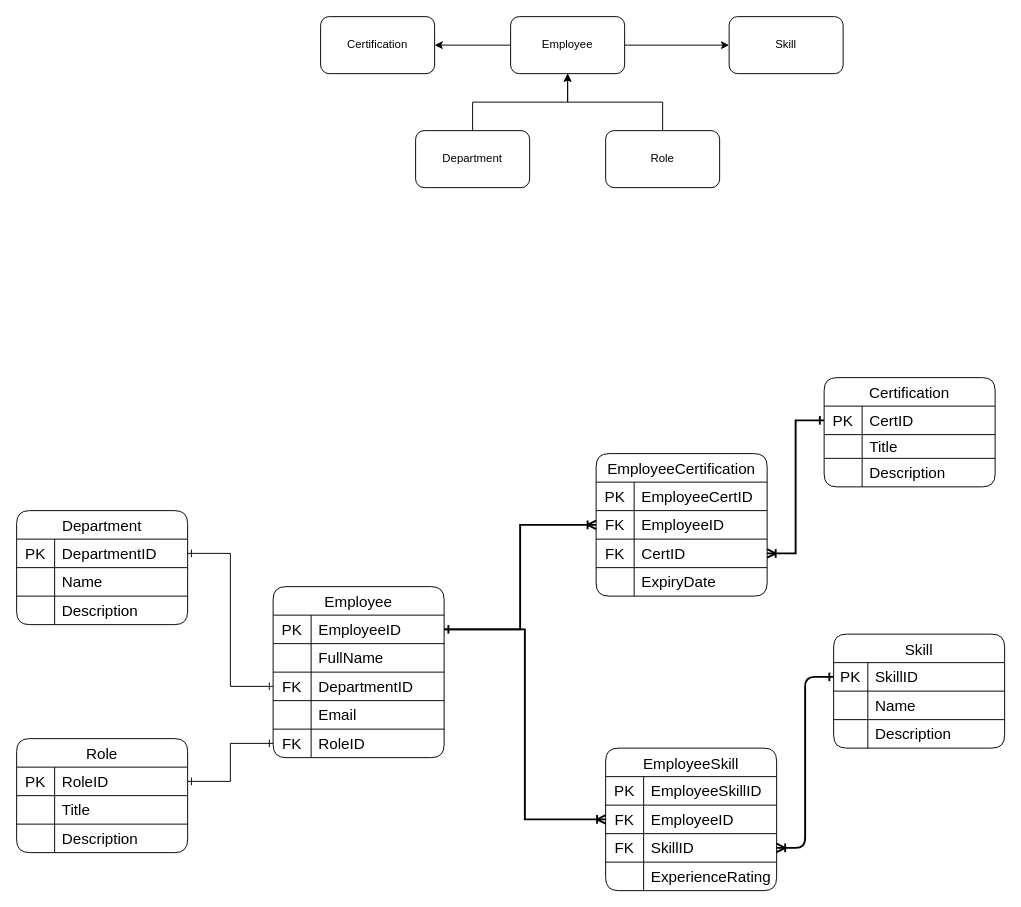
Above: Untitled Diagram.drawio in MartinGurasvili/qaa (draw.io), before the change. Source tidied: cells renumbered, new cells numbered last; positions are measured from the earlier drawing's top-left corner, leaving out a move shared by most shapes. Both pictures are drawn from the tidied source at 95%, with x=0, y=0 at pixel (16, 16).
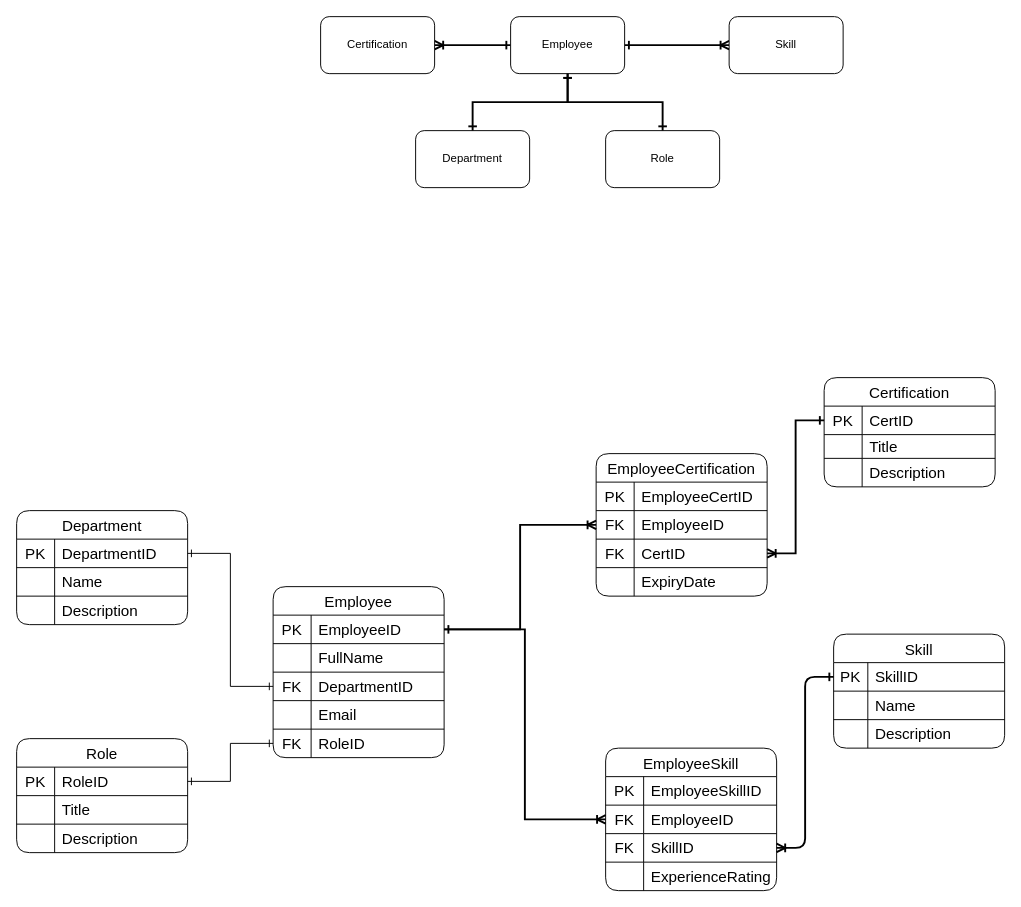
The same diagram, later.

Unchanged cells that the change refers to:
```xml
<mxCell id="70" value="Employee" style="rounded=1;whiteSpace=wrap;html=1;" parent="1" vertex="1">
  <mxGeometry x="520" width="120" height="60" as="geometry" />
</mxCell>
<mxCell id="71" value="Certification" style="rounded=1;whiteSpace=wrap;html=1;" parent="1" vertex="1">
  <mxGeometry x="320" width="120" height="60" as="geometry" />
</mxCell>
<mxCell id="72" value="Skill" style="rounded=1;whiteSpace=wrap;html=1;" parent="1" vertex="1">
  <mxGeometry x="750" width="120" height="60" as="geometry" />
</mxCell>
<mxCell id="74" value="Department" style="rounded=1;whiteSpace=wrap;html=1;" parent="1" vertex="1">
  <mxGeometry x="420" y="120" width="120" height="60" as="geometry" />
</mxCell>
<mxCell id="76" value="Role" style="rounded=1;whiteSpace=wrap;html=1;" parent="1" vertex="1">
  <mxGeometry x="620" y="120" width="120" height="60" as="geometry" />
</mxCell>
```

Change to the diagram source:
```diff
@@
-    <mxCell id="68" style="edgeStyle=orthogonalEdgeStyle;rounded=0;jettySize=auto;html=1;entryX=1;entryY=0.5;entryDx=0;entryDy=0;" parent="1" edge="1" source="70" target="71">
-      <mxGeometry relative="1" as="geometry" />
+    <mxCell id="68" style="edgeStyle=orthogonalEdgeStyle;rounded=0;jettySize=auto;html=1;entryX=1;entryY=0.5;entryDx=0;entryDy=0;jumpSize=10;strokeWidth=2;endArrow=ERoneToMany;endFill=0;startArrow=ERone;startFill=0;" parent="1" edge="1" source="70" target="71">
+      <mxGeometry relative="1" as="geometry">
+        <Array as="points">
+          <mxPoint x="480" y="30" />
+          <mxPoint x="480" y="30" />
+        </Array>
+      </mxGeometry>
     </mxCell>
-    <mxCell id="69" style="edgeStyle=orthogonalEdgeStyle;rounded=0;jettySize=auto;html=1;entryX=0;entryY=0.5;entryDx=0;entryDy=0;" parent="1" edge="1" source="70" target="72">
-      <mxGeometry relative="1" as="geometry" />
+    <mxCell id="69" style="edgeStyle=orthogonalEdgeStyle;rounded=0;jettySize=auto;html=1;entryX=0;entryY=0.5;entryDx=0;entryDy=0;startArrow=ERone;startFill=0;endArrow=ERoneToMany;endFill=0;strokeWidth=2;jumpSize=10;" parent="1" edge="1" source="70" target="72">
+      <mxGeometry relative="1" as="geometry">
+        <Array as="points">
+          <mxPoint x="700" y="30" />
+          <mxPoint x="700" y="30" />
+        </Array>
+      </mxGeometry>
     </mxCell>
@@
-    <mxCell id="73" style="edgeStyle=orthogonalEdgeStyle;rounded=0;jettySize=auto;html=1;entryX=0.5;entryY=1;entryDx=0;entryDy=0;" parent="1" edge="1" source="74" target="70">
+    <mxCell id="73" style="edgeStyle=orthogonalEdgeStyle;rounded=0;jettySize=auto;html=1;entryX=0.5;entryY=1;entryDx=0;entryDy=0;startArrow=ERone;startFill=0;endArrow=ERone;endFill=0;jumpSize=10;strokeWidth=2;" parent="1" edge="1" source="74" target="70">
       <mxGeometry relative="1" as="geometry" />
     </mxCell>
@@
-    <mxCell id="75" style="edgeStyle=orthogonalEdgeStyle;rounded=0;jettySize=auto;html=1;entryX=0.5;entryY=1;entryDx=0;entryDy=0;" parent="1" edge="1" source="76" target="70">
+    <mxCell id="75" style="edgeStyle=orthogonalEdgeStyle;rounded=0;jettySize=auto;html=1;entryX=0.5;entryY=1;entryDx=0;entryDy=0;jumpSize=10;endArrow=ERone;endFill=0;startArrow=ERone;startFill=0;strokeWidth=2;" parent="1" edge="1" source="76" target="70">
       <mxGeometry relative="1" as="geometry" />
     </mxCell>
```
